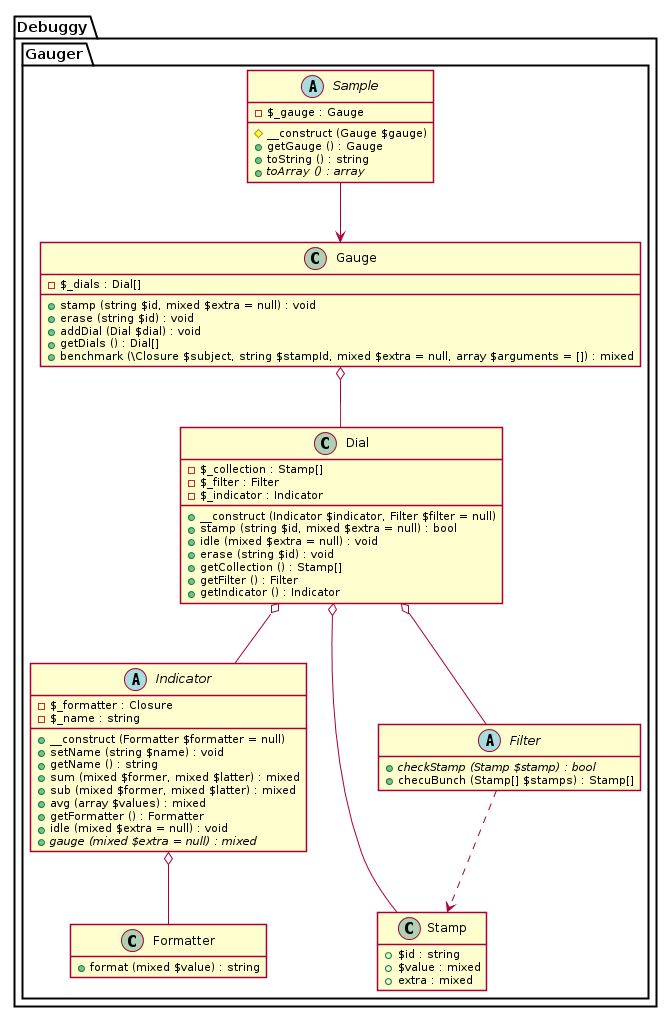
The PlantUML diagram uml/plantuml/sample.png in dnsl48/gauger, before a commit.
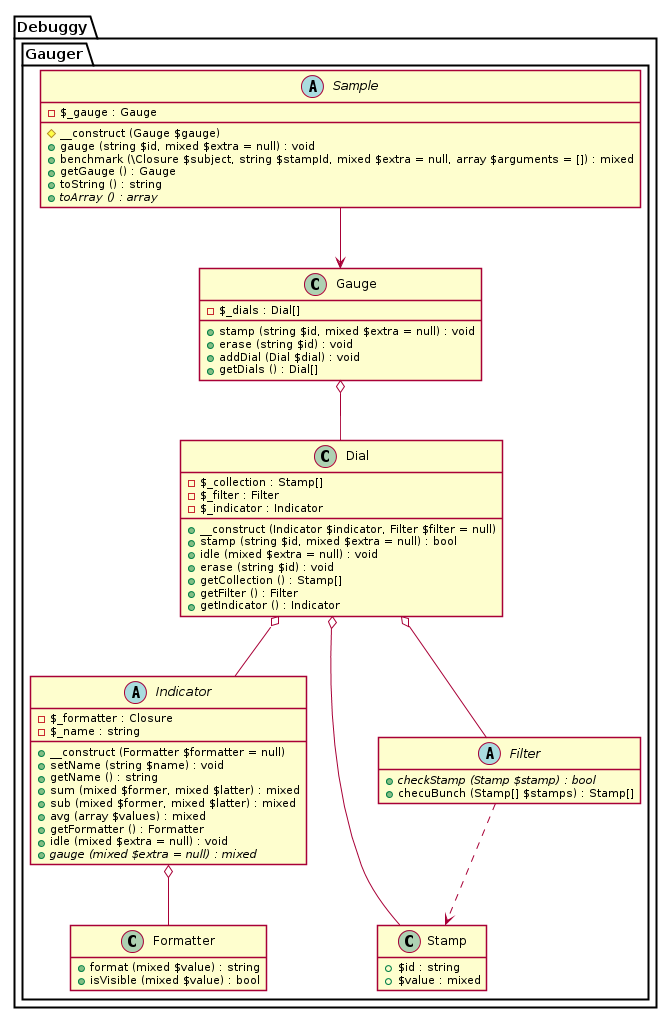
After the commit.

Diff of the diagram source:
```diff
@@ -25,6 +25,7 @@
 	namespace Gauger {
 		class "Formatter" as _Formatter {
 			+ format (mixed $value) : string
+			+ isVisible (mixed $value) : bool
 		}
 	}
 }
@@ -64,7 +65,6 @@
 		class Stamp {
 			+ $id : string
 			+ $value : mixed
-			+ extra : mixed
 		}
 	}
 }
@@ -118,7 +118,6 @@
 			+ erase (string $id) : void
 			+ addDial (Dial $dial) : void
 			+ getDials () : Dial[]
-			+ benchmark (\Closure $subject, string $stampId, mixed $extra = null, array $arguments = []) : mixed
 		}
 
 		Gauge o-- Dial
@@ -133,6 +132,8 @@
 		abstract class "Sample" as _Sample {
 			- $_gauge : Gauge
 			# __construct (Gauge $gauge)
+			+ gauge (string $id, mixed $extra = null) : void
+			+ benchmark (\Closure $subject, string $stampId, mixed $extra = null, array $arguments = []) : mixed
 			+ getGauge () : Gauge
 			+ toString () : string
 			+ {abstract} toArray () : array
```
